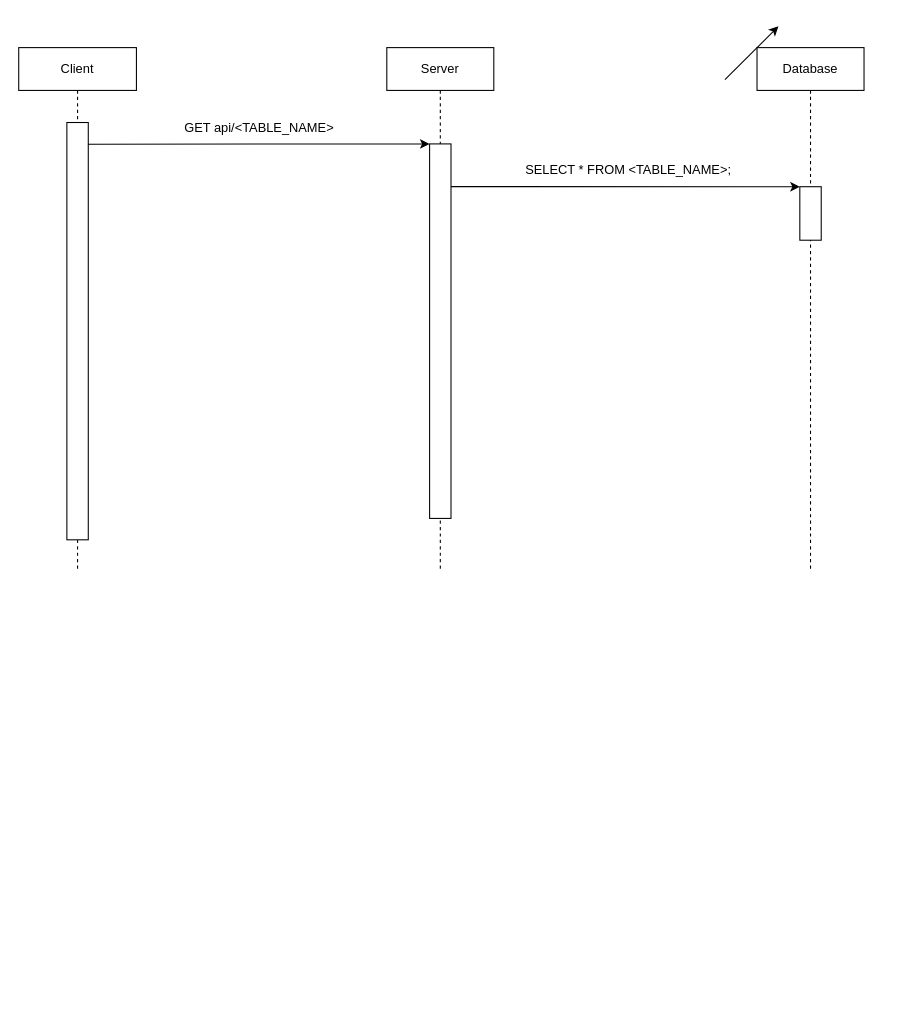
This is Design/UDeal-Sequence.drawio from kroyyc/UDeal, a draw.io file, before an edit. Source tidied: cells renumbered, new cells numbered last; positions are measured from the earlier drawing's top-left corner, leaving out a move shared by most shapes. Both pictures are drawn from the tidied source at 107%, with x=0, y=0 at pixel (18, 26).
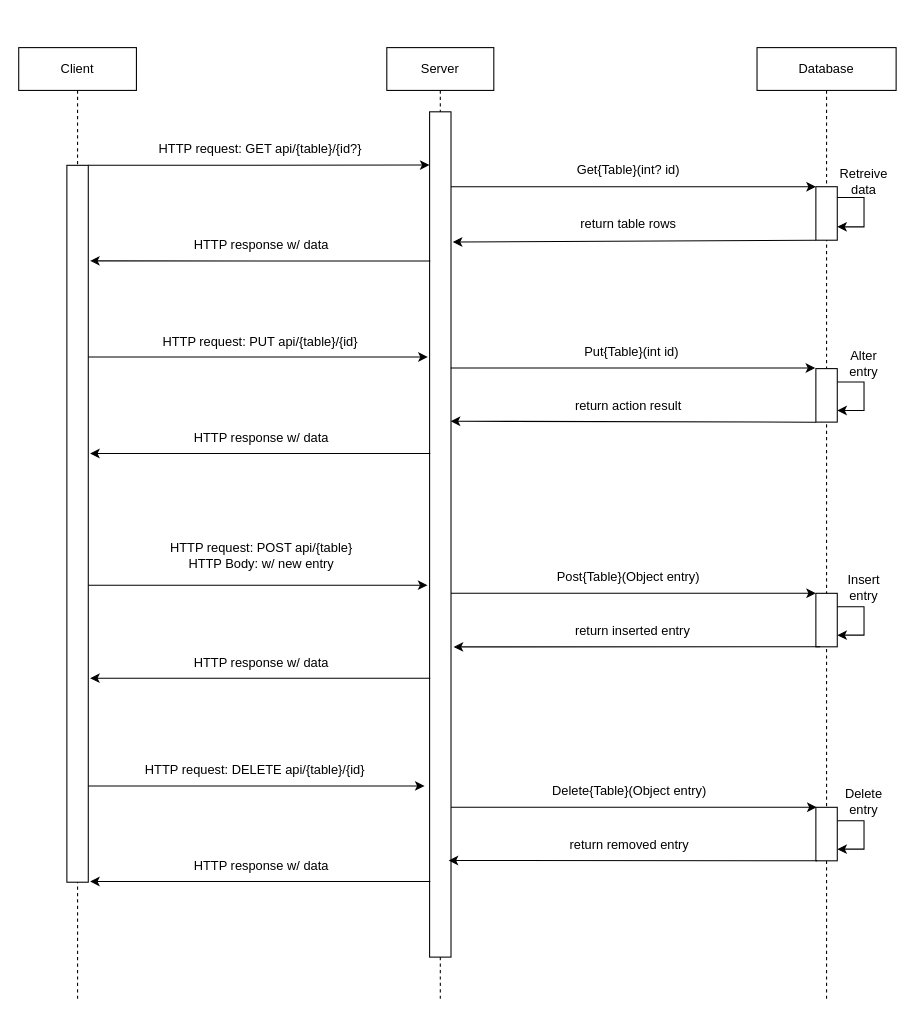
The same page after the edit.

Diff of the diagram source:
```diff
@@
+    <mxCell id="13" style="endArrow=classic;html=1;rounded=0;entryX=0;entryY=0;entryDx=0;entryDy=0;" parent="1" edge="1">
+      <mxGeometry relative="1" as="geometry">
+        <mxPoint x="394.3" y="730" as="sourcePoint" />
+        <mxPoint x="745.7" y="730" as="targetPoint" />
+      </mxGeometry>
+    </mxCell>
+    <mxCell id="14" style="endArrow=classic;html=1;rounded=0;entryX=0;entryY=0;entryDx=0;entryDy=0;" parent="1" edge="1" source="2">
+      <mxGeometry relative="1" as="geometry">
+        <mxPoint x="379.3" y="710" as="targetPoint" />
+      </mxGeometry>
+    </mxCell>
+    <mxCell id="15" style="endArrow=classic;html=1;rounded=0;entryX=-0.1;entryY=0.56;entryDx=0;entryDy=0;entryPerimeter=0;" parent="1" edge="1" source="2" target="5">
+      <mxGeometry relative="1" as="geometry" />
+    </mxCell>
+    <mxCell id="16" style="endArrow=classic;html=1;rounded=0;entryX=0;entryY=0;entryDx=0;entryDy=0;" parent="1" edge="1" source="4" target="24">
+      <mxGeometry relative="1" as="geometry" />
+    </mxCell>
+    <mxCell id="10" style="endArrow=classic;html=1;rounded=0;entryX=0;entryY=0;entryDx=0;entryDy=0;" parent="1" edge="1" source="4" target="7">
+      <mxGeometry relative="1" as="geometry" />
+    </mxCell>
+    <mxCell id="8" style="endArrow=classic;html=1;rounded=0;exitX=1;exitY=0;exitDx=0;exitDy=0;entryX=-0.003;entryY=0.063;entryDx=0;entryDy=0;entryPerimeter=0;" parent="1" edge="1" source="3" target="5">
+      <mxGeometry relative="1" as="geometry" />
+    </mxCell>
+    <mxCell id="17" style="endArrow=classic;html=1;rounded=0;entryX=-0.086;entryY=0.29;entryDx=0;entryDy=0;entryPerimeter=0;" parent="1" edge="1" source="2" target="5">
+      <mxGeometry relative="1" as="geometry" />
+    </mxCell>
     <mxCell id="2" value="Client" style="shape=umlLifeline;perimeter=lifelinePerimeter;whiteSpace=wrap;html=1;outlineConnect=0;" parent="1" vertex="1">
-      <mxGeometry y="20" width="110" height="490" as="geometry" />
+      <mxGeometry y="20" width="110" height="890" as="geometry" />
     </mxCell>
     <mxCell id="3" style="rounded=0;whiteSpace=wrap;html=1;" parent="2" vertex="1">
-      <mxGeometry x="45" y="70" width="20" height="390" as="geometry" />
+      <mxGeometry x="45" y="110" width="20" height="670" as="geometry" />
     </mxCell>
     <mxCell id="4" value="Server" style="shape=umlLifeline;perimeter=lifelinePerimeter;whiteSpace=wrap;html=1;outlineConnect=0;" parent="1" vertex="1">
-      <mxGeometry x="344" y="20" width="100" height="490" as="geometry" />
+      <mxGeometry x="344" y="20" width="100" height="890" as="geometry" />
     </mxCell>
     <mxCell id="5" style="rounded=0;whiteSpace=wrap;html=1;" parent="4" vertex="1">
-      <mxGeometry x="40" y="90" width="20" height="350" as="geometry" />
+      <mxGeometry x="40" y="60" width="20" height="790" as="geometry" />
     </mxCell>
     <mxCell id="6" value="Database" style="shape=umlLifeline;perimeter=lifelinePerimeter;whiteSpace=wrap;html=1;" parent="1" vertex="1">
-      <mxGeometry x="690" y="20" width="100" height="490" as="geometry" />
+      <mxGeometry x="690" y="20" width="130" height="890" as="geometry" />
     </mxCell>
+    <mxCell id="18" style="edgeStyle=orthogonalEdgeStyle;rounded=0;jettySize=auto;html=1;exitX=0;exitY=1;exitDx=0;exitDy=0;entryX=1;entryY=0.75;entryDx=0;entryDy=0;" parent="6" edge="1" source="19" target="7">
+      <mxGeometry relative="1" as="geometry">
+        <Array as="points">
+          <mxPoint x="100" y="140" />
+          <mxPoint x="100" y="168" />
+        </Array>
+      </mxGeometry>
+    </mxCell>
     <mxCell id="7" style="rounded=0;whiteSpace=wrap;html=1;" parent="6" vertex="1">
-      <mxGeometry x="40" y="130" width="20" height="50" as="geometry" />
+      <mxGeometry x="55" y="130" width="20" height="50" as="geometry" />
     </mxCell>
-    <mxCell id="8" style="endArrow=classic;html=1;rounded=0;exitX=0.983;exitY=0.052;exitDx=0;exitDy=0;exitPerimeter=0;entryX=0;entryY=0;entryDx=0;entryDy=0;" parent="1" edge="1" source="3" target="5">
-      <mxGeometry relative="1" as="geometry" />
-    </mxCell>
+    <mxCell id="19" value="Retreive&lt;br&gt;data" style="text;html=1;strokeColor=none;fillColor=none;align=center;verticalAlign=middle;whiteSpace=wrap;rounded=0;" parent="6" vertex="1">
+      <mxGeometry x="70" y="110" width="60" height="30" as="geometry" />
+    </mxCell>
+    <mxCell id="20" style="rounded=0;whiteSpace=wrap;html=1;" parent="6" vertex="1">
+      <mxGeometry x="55" y="300" width="20" height="50" as="geometry" />
+    </mxCell>
+    <mxCell id="21" value="Alter&lt;br&gt;entry" style="text;html=1;strokeColor=none;fillColor=none;align=center;verticalAlign=middle;whiteSpace=wrap;rounded=0;" parent="6" vertex="1">
+      <mxGeometry x="70" y="280" width="60" height="30" as="geometry" />
+    </mxCell>
+    <mxCell id="22" style="endArrow=classic;html=1;rounded=0;entryX=0.986;entryY=0.366;entryDx=0;entryDy=0;entryPerimeter=0;" parent="6" edge="1" target="5">
+      <mxGeometry relative="1" as="geometry">
+        <mxPoint x="55" y="350.1" as="sourcePoint" />
+      </mxGeometry>
+    </mxCell>
+    <mxCell id="23" style="edgeStyle=orthogonalEdgeStyle;rounded=0;orthogonalLoop=1;jettySize=auto;html=1;exitX=1;exitY=0.25;exitDx=0;exitDy=0;entryX=1.002;entryY=0.782;entryDx=0;entryDy=0;entryPerimeter=0;" parent="6" edge="1" source="20" target="20">
+      <mxGeometry relative="1" as="geometry">
+        <Array as="points">
+          <mxPoint x="100" y="312" />
+          <mxPoint x="100" y="339" />
+        </Array>
+      </mxGeometry>
+    </mxCell>
+    <mxCell id="24" style="rounded=0;whiteSpace=wrap;html=1;" parent="6" vertex="1">
+      <mxGeometry x="55" y="510" width="20" height="50" as="geometry" />
+    </mxCell>
+    <mxCell id="25" value="Insert&lt;br&gt;entry" style="text;html=1;strokeColor=none;fillColor=none;align=center;verticalAlign=middle;whiteSpace=wrap;rounded=0;" parent="6" vertex="1">
+      <mxGeometry x="70" y="490" width="60" height="30" as="geometry" />
+    </mxCell>
+    <mxCell id="26" style="edgeStyle=orthogonalEdgeStyle;rounded=0;orthogonalLoop=1;jettySize=auto;html=1;exitX=1;exitY=0.25;exitDx=0;exitDy=0;entryX=1.002;entryY=0.782;entryDx=0;entryDy=0;entryPerimeter=0;" parent="6" edge="1" source="24" target="24">
+      <mxGeometry relative="1" as="geometry">
+        <Array as="points">
+          <mxPoint x="100" y="522" />
+          <mxPoint x="100" y="549" />
+        </Array>
+      </mxGeometry>
+    </mxCell>
+    <mxCell id="27" style="rounded=0;whiteSpace=wrap;html=1;" parent="6" vertex="1">
+      <mxGeometry x="55" y="710" width="20" height="50" as="geometry" />
+    </mxCell>
+    <mxCell id="28" value="Delete&lt;br&gt;entry" style="text;html=1;strokeColor=none;fillColor=none;align=center;verticalAlign=middle;whiteSpace=wrap;rounded=0;" parent="6" vertex="1">
+      <mxGeometry x="70" y="690" width="60" height="30" as="geometry" />
+    </mxCell>
+    <mxCell id="29" style="edgeStyle=orthogonalEdgeStyle;rounded=0;orthogonalLoop=1;jettySize=auto;html=1;exitX=1;exitY=0.25;exitDx=0;exitDy=0;entryX=1.002;entryY=0.782;entryDx=0;entryDy=0;entryPerimeter=0;" parent="6" edge="1" source="27" target="27">
+      <mxGeometry relative="1" as="geometry">
+        <Array as="points">
+          <mxPoint x="100" y="722" />
+          <mxPoint x="100" y="749" />
+        </Array>
+      </mxGeometry>
+    </mxCell>
-    <mxCell id="9" value="GET api/&amp;lt;TABLE_NAME&amp;gt;" style="text;html=1;strokeColor=none;fillColor=none;align=center;verticalAlign=middle;whiteSpace=wrap;rounded=0;" parent="1" vertex="1">
-      <mxGeometry x="140" y="80" width="170" height="30" as="geometry" />
+    <mxCell id="9" value="HTTP request: GET api/{table}/{id?}" style="text;html=1;strokeColor=none;fillColor=none;align=center;verticalAlign=middle;whiteSpace=wrap;rounded=0;" parent="1" vertex="1">
+      <mxGeometry x="90.7" y="100" width="270" height="30" as="geometry" />
     </mxCell>
-    <mxCell id="10" style="endArrow=classic;html=1;rounded=0;entryX=0;entryY=0;entryDx=0;entryDy=0;exitX=1.003;exitY=0.114;exitDx=0;exitDy=0;exitPerimeter=0;" parent="1" edge="1" source="5" target="7">
-      <mxGeometry relative="1" as="geometry" />
-    </mxCell>
-    <mxCell id="11" value="SELECT * FROM &amp;lt;TABLE_NAME&amp;gt;;" style="text;html=1;strokeColor=none;fillColor=none;align=center;verticalAlign=middle;whiteSpace=wrap;rounded=0;" parent="1" vertex="1">
+    <mxCell id="11" value="Get{Table}(int? id)" style="text;html=1;strokeColor=none;fillColor=none;align=center;verticalAlign=middle;whiteSpace=wrap;rounded=0;" parent="1" vertex="1">
       <mxGeometry x="460" y="120" width="220" height="30" as="geometry" />
     </mxCell>
-    <mxCell id="12" style="endArrow=classic;html=1;rounded=0;" parent="1" edge="1">
-      <mxGeometry relative="1" as="geometry">
-        <mxPoint x="660" y="50" as="sourcePoint" />
-        <mxPoint x="710" as="targetPoint" />
-      </mxGeometry>
-    </mxCell>
+    <mxCell id="30" style="endArrow=classic;html=1;rounded=0;exitX=0;exitY=1;exitDx=0;exitDy=0;entryX=1.083;entryY=0.154;entryDx=0;entryDy=0;entryPerimeter=0;" parent="1" edge="1" source="7" target="5">
+      <mxGeometry relative="1" as="geometry" />
+    </mxCell>
+    <mxCell id="31" value="return table rows" style="text;html=1;strokeColor=none;fillColor=none;align=center;verticalAlign=middle;whiteSpace=wrap;rounded=0;" parent="1" vertex="1">
+      <mxGeometry x="510" y="170" width="120" height="30" as="geometry" />
+    </mxCell>
+    <mxCell id="32" style="endArrow=classic;html=1;rounded=0;exitX=-0.037;exitY=0.284;exitDx=0;exitDy=0;exitPerimeter=0;entryX=1.016;entryY=0.306;entryDx=0;entryDy=0;entryPerimeter=0;" parent="1" edge="1">
+      <mxGeometry relative="1" as="geometry">
+        <mxPoint x="384.6" y="219.4" as="sourcePoint" />
+        <mxPoint x="66.7" y="219.3" as="targetPoint" />
+      </mxGeometry>
+    </mxCell>
+    <mxCell id="33" value="HTTP response w/ data" style="text;html=1;strokeColor=none;fillColor=none;align=center;verticalAlign=middle;whiteSpace=wrap;rounded=0;" parent="1" vertex="1">
+      <mxGeometry x="149.9" y="190" width="154.3" height="30" as="geometry" />
+    </mxCell>
+    <mxCell id="34" value="HTTP request: PUT api/{table}/{id}" style="text;html=1;strokeColor=none;fillColor=none;align=center;verticalAlign=middle;whiteSpace=wrap;rounded=0;" parent="1" vertex="1">
+      <mxGeometry x="90.7" y="280" width="270" height="30" as="geometry" />
+    </mxCell>
+    <mxCell id="35" style="endArrow=classic;html=1;rounded=0;entryX=-0.029;entryY=0.389;entryDx=0;entryDy=0;exitX=0.986;exitY=0.627;exitDx=0;exitDy=0;exitPerimeter=0;entryPerimeter=0;" parent="1" edge="1">
+      <mxGeometry relative="1" as="geometry">
+        <mxPoint x="403.7" y="319.4" as="sourcePoint" />
+        <mxPoint x="744.4" y="319.4" as="targetPoint" />
+      </mxGeometry>
+    </mxCell>
+    <mxCell id="36" value="Put{Table}(int id)" style="text;html=1;strokeColor=none;fillColor=none;align=center;verticalAlign=middle;whiteSpace=wrap;rounded=0;" parent="1" vertex="1">
+      <mxGeometry x="463" y="290" width="220" height="30" as="geometry" />
+    </mxCell>
+    <mxCell id="37" value="return action result" style="text;html=1;strokeColor=none;fillColor=none;align=center;verticalAlign=middle;whiteSpace=wrap;rounded=0;" parent="1" vertex="1">
+      <mxGeometry x="510" y="340" width="120" height="30" as="geometry" />
+    </mxCell>
+    <mxCell id="38" style="endArrow=classic;html=1;rounded=0;exitX=-0.037;exitY=0.284;exitDx=0;exitDy=0;exitPerimeter=0;entryX=1.016;entryY=0.306;entryDx=0;entryDy=0;entryPerimeter=0;" parent="1" edge="1">
+      <mxGeometry relative="1" as="geometry">
+        <mxPoint x="384.6" y="399.4" as="sourcePoint" />
+        <mxPoint x="66.7" y="399.3" as="targetPoint" />
+      </mxGeometry>
+    </mxCell>
+    <mxCell id="39" value="HTTP response w/ data" style="text;html=1;strokeColor=none;fillColor=none;align=center;verticalAlign=middle;whiteSpace=wrap;rounded=0;" parent="1" vertex="1">
+      <mxGeometry x="149.9" y="370" width="154.3" height="30" as="geometry" />
+    </mxCell>
+    <mxCell id="40" value="HTTP request: POST api/{table}&lt;br&gt;HTTP Body: w/ new entry" style="text;html=1;strokeColor=none;fillColor=none;align=center;verticalAlign=middle;whiteSpace=wrap;rounded=0;" parent="1" vertex="1">
+      <mxGeometry x="92" y="480" width="270" height="30" as="geometry" />
+    </mxCell>
+    <mxCell id="41" value="Post{Table}(Object entry)" style="text;html=1;strokeColor=none;fillColor=none;align=center;verticalAlign=middle;whiteSpace=wrap;rounded=0;" parent="1" vertex="1">
+      <mxGeometry x="460" y="500" width="220" height="30" as="geometry" />
+    </mxCell>
+    <mxCell id="42" style="endArrow=classic;html=1;rounded=0;entryX=1.122;entryY=0.633;entryDx=0;entryDy=0;entryPerimeter=0;" parent="1" edge="1" target="5">
+      <mxGeometry relative="1" as="geometry">
+        <mxPoint x="749" y="580" as="sourcePoint" />
+      </mxGeometry>
+    </mxCell>
+    <mxCell id="43" value="return inserted entry" style="text;html=1;strokeColor=none;fillColor=none;align=center;verticalAlign=middle;whiteSpace=wrap;rounded=0;" parent="1" vertex="1">
+      <mxGeometry x="514" y="550" width="120" height="30" as="geometry" />
+    </mxCell>
+    <mxCell id="44" style="endArrow=classic;html=1;rounded=0;exitX=-0.037;exitY=0.284;exitDx=0;exitDy=0;exitPerimeter=0;entryX=1.016;entryY=0.306;entryDx=0;entryDy=0;entryPerimeter=0;" parent="1" edge="1">
+      <mxGeometry relative="1" as="geometry">
+        <mxPoint x="384.6" y="609.4" as="sourcePoint" />
+        <mxPoint x="66.7" y="609.3" as="targetPoint" />
+      </mxGeometry>
+    </mxCell>
+    <mxCell id="45" value="HTTP response w/ data" style="text;html=1;strokeColor=none;fillColor=none;align=center;verticalAlign=middle;whiteSpace=wrap;rounded=0;" parent="1" vertex="1">
+      <mxGeometry x="149.9" y="580" width="154.3" height="30" as="geometry" />
+    </mxCell>
+    <mxCell id="46" value="HTTP request: DELETE api/{table}/{id}" style="text;html=1;strokeColor=none;fillColor=none;align=center;verticalAlign=middle;whiteSpace=wrap;rounded=0;" parent="1" vertex="1">
+      <mxGeometry x="86" y="680" width="270" height="30" as="geometry" />
+    </mxCell>
+    <mxCell id="47" value="Delete{Table}(Object entry)" style="text;html=1;strokeColor=none;fillColor=none;align=center;verticalAlign=middle;whiteSpace=wrap;rounded=0;" parent="1" vertex="1">
+      <mxGeometry x="460.7" y="700" width="220" height="30" as="geometry" />
+    </mxCell>
+    <mxCell id="48" style="endArrow=classic;html=1;rounded=0;entryX=1.027;entryY=0.505;entryDx=0;entryDy=0;entryPerimeter=0;" parent="1" edge="1">
+      <mxGeometry relative="1" as="geometry">
+        <mxPoint x="746.2" y="780" as="sourcePoint" />
+        <mxPoint x="401.8" y="779.7" as="targetPoint" />
+      </mxGeometry>
+    </mxCell>
+    <mxCell id="49" value="return removed entry" style="text;html=1;strokeColor=none;fillColor=none;align=center;verticalAlign=middle;whiteSpace=wrap;rounded=0;" parent="1" vertex="1">
+      <mxGeometry x="511.2" y="750" width="120" height="30" as="geometry" />
+    </mxCell>
+    <mxCell id="50" style="endArrow=classic;html=1;rounded=0;exitX=-0.037;exitY=0.284;exitDx=0;exitDy=0;exitPerimeter=0;entryX=1.016;entryY=0.306;entryDx=0;entryDy=0;entryPerimeter=0;" parent="1" edge="1">
+      <mxGeometry relative="1" as="geometry">
+        <mxPoint x="384.6" y="799.4" as="sourcePoint" />
+        <mxPoint x="66.7" y="799.3" as="targetPoint" />
+      </mxGeometry>
+    </mxCell>
+    <mxCell id="51" value="HTTP response w/ data" style="text;html=1;strokeColor=none;fillColor=none;align=center;verticalAlign=middle;whiteSpace=wrap;rounded=0;" parent="1" vertex="1">
+      <mxGeometry x="149.9" y="770" width="154.3" height="30" as="geometry" />
+    </mxCell>
```
